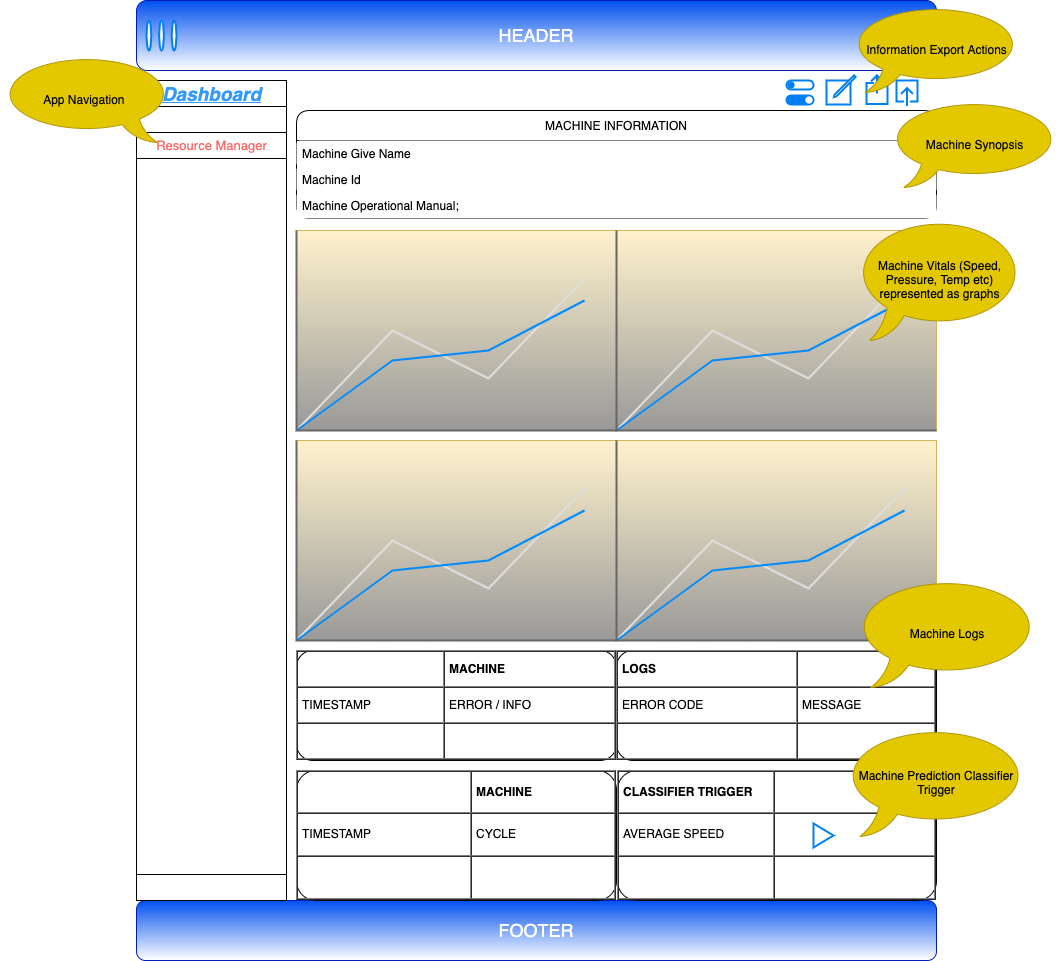
Earlier version of the draw.io export docmentation/diagrams/dashboard.png (larrydinh/scs_predictive_maintenance). Source tidied: cells renumbered, new cells last; positions are measured from the earlier drawing's top-left corner, leaving out a move shared by most shapes.
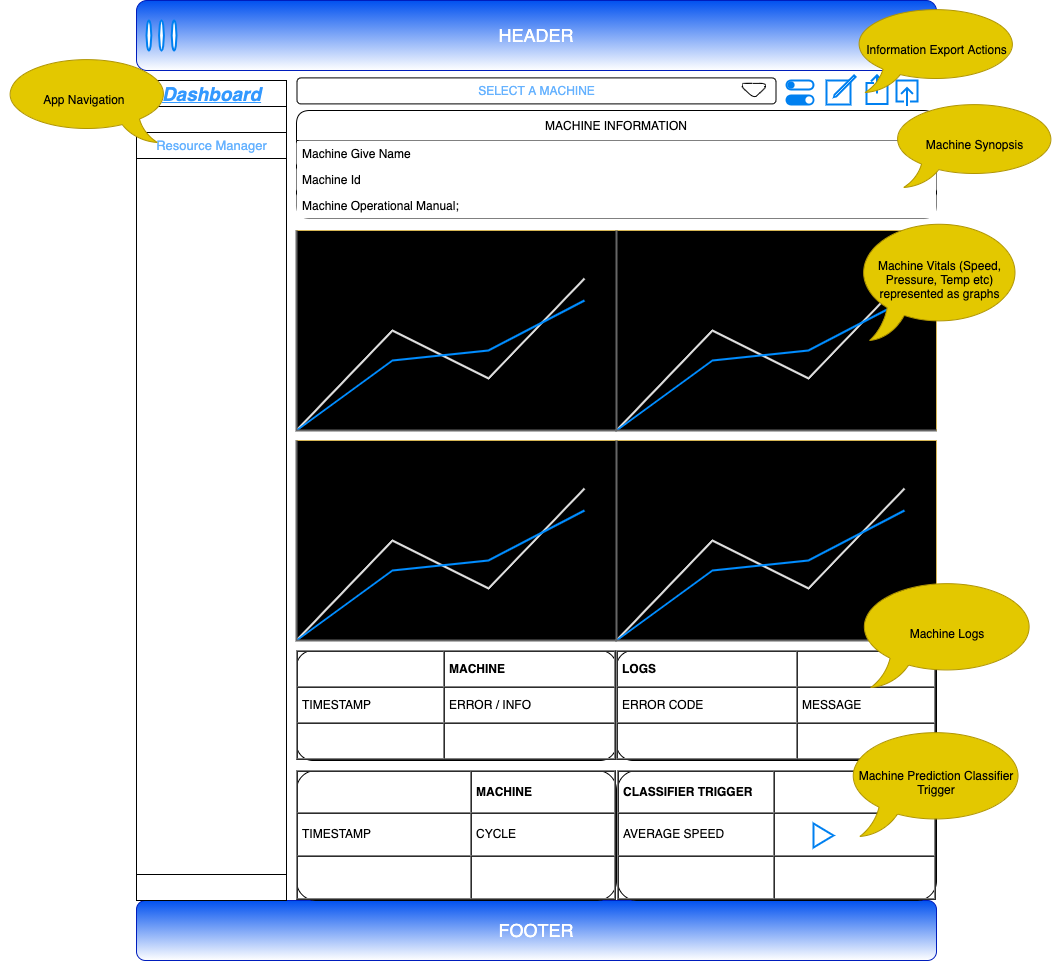
After the change.

Commit message:
feat: Adding the wireframes for the dashboard and resource manager

Change to the diagram source:
```diff
@@ -46,7 +46,7 @@
         <mxPoint y="26" as="offset" />
       </mxGeometry>
     </mxCell>
-    <mxCell id="16" value="&lt;font color=&quot;#ff6666&quot;&gt;Resource Manager&lt;/font&gt;" style="strokeWidth=1;shadow=0;dashed=0;align=center;html=1;shape=mxgraph.mockup.containers.rrect;rSize=0;fontSize=13;fontStyle=0;verticalAlign=middle;rounded=1;" parent="13" vertex="1">
+    <mxCell id="16" value="&lt;font color=&quot;#66b2ff&quot;&gt;Resource Manager&lt;/font&gt;" style="strokeWidth=1;shadow=0;dashed=0;align=center;html=1;shape=mxgraph.mockup.containers.rrect;rSize=0;fontSize=13;fontStyle=0;verticalAlign=middle;rounded=1;" parent="13" vertex="1">
       <mxGeometry width="150" height="26" relative="1" as="geometry">
         <mxPoint y="52" as="offset" />
       </mxGeometry>
@@ -56,16 +56,16 @@
         <mxPoint y="-26" as="offset" />
       </mxGeometry>
     </mxCell>
-    <mxCell id="18" style="verticalLabelPosition=bottom;shadow=0;dashed=0;align=center;html=1;verticalAlign=top;strokeWidth=1;shape=mxgraph.mockup.graphics.lineChart;strokeColor2=#666666;strokeColor3=#008cff;strokeColor4=#dddddd;fontSize=19;direction=east;noLabel=0;fillColor=#fff2cc;gradientColor=#999999;strokeColor=#d6b656;rounded=1;" parent="1" vertex="1">
+    <mxCell id="18" style="verticalLabelPosition=bottom;shadow=0;dashed=0;align=center;html=1;verticalAlign=top;strokeWidth=1;shape=mxgraph.mockup.graphics.lineChart;strokeColor2=#666666;strokeColor3=#008cff;strokeColor4=#dddddd;fontSize=19;direction=east;noLabel=0;fillColor=#000000;gradientColor=none;strokeColor=#d6b656;rounded=1;" parent="1" vertex="1">
       <mxGeometry x="296" y="230" width="320" height="200" as="geometry" />
     </mxCell>
-    <mxCell id="19" style="verticalLabelPosition=bottom;shadow=0;dashed=0;align=center;html=1;verticalAlign=top;strokeWidth=1;shape=mxgraph.mockup.graphics.lineChart;strokeColor2=#666666;strokeColor3=#008cff;strokeColor4=#dddddd;fontSize=19;fillColor=#fff2cc;gradientColor=#999999;strokeColor=#d6b656;rounded=1;" parent="1" vertex="1">
+    <mxCell id="19" style="verticalLabelPosition=bottom;shadow=0;dashed=0;align=center;html=1;verticalAlign=top;strokeWidth=1;shape=mxgraph.mockup.graphics.lineChart;strokeColor2=#666666;strokeColor3=#008cff;strokeColor4=#dddddd;fontSize=19;fillColor=#000000;gradientColor=none;strokeColor=#d6b656;rounded=1;" parent="1" vertex="1">
       <mxGeometry x="616" y="230" width="320" height="200" as="geometry" />
     </mxCell>
-    <mxCell id="20" style="verticalLabelPosition=bottom;shadow=0;dashed=0;align=center;html=1;verticalAlign=top;strokeWidth=1;shape=mxgraph.mockup.graphics.lineChart;strokeColor2=#666666;strokeColor3=#008cff;strokeColor4=#dddddd;fontSize=19;fillColor=#fff2cc;gradientColor=#999999;strokeColor=#d6b656;rounded=1;" parent="1" vertex="1">
+    <mxCell id="20" style="verticalLabelPosition=bottom;shadow=0;dashed=0;align=center;html=1;verticalAlign=top;strokeWidth=1;shape=mxgraph.mockup.graphics.lineChart;strokeColor2=#666666;strokeColor3=#008cff;strokeColor4=#dddddd;fontSize=19;fillColor=#000000;gradientColor=none;strokeColor=#d6b656;rounded=1;" parent="1" vertex="1">
       <mxGeometry x="296" y="440" width="320" height="200" as="geometry" />
     </mxCell>
-    <mxCell id="21" style="verticalLabelPosition=bottom;shadow=0;dashed=0;align=center;html=1;verticalAlign=top;strokeWidth=1;shape=mxgraph.mockup.graphics.lineChart;strokeColor2=#666666;strokeColor3=#008cff;strokeColor4=#dddddd;fontSize=19;fillColor=#fff2cc;gradientColor=#999999;strokeColor=#d6b656;rounded=1;" parent="1" vertex="1">
+    <mxCell id="21" style="verticalLabelPosition=bottom;shadow=0;dashed=0;align=center;html=1;verticalAlign=top;strokeWidth=1;shape=mxgraph.mockup.graphics.lineChart;strokeColor2=#666666;strokeColor3=#008cff;strokeColor4=#dddddd;fontSize=19;fillColor=#000000;gradientColor=none;strokeColor=#d6b656;rounded=1;" parent="1" vertex="1">
       <mxGeometry x="616" y="440" width="320" height="200" as="geometry" />
     </mxCell>
     <mxCell id="22" value="&lt;table cellpadding=&quot;4&quot; cellspacing=&quot;0&quot; border=&quot;1&quot; style=&quot;font-size: 1em ; width: 100% ; height: 100%&quot;&gt;&lt;tbody&gt;&lt;tr&gt;&lt;th&gt;&lt;/th&gt;&lt;th&gt;MACHINE&amp;nbsp;&lt;/th&gt;&lt;/tr&gt;&lt;tr&gt;&lt;td&gt;TIMESTAMP&lt;/td&gt;&lt;td&gt;ERROR / INFO&lt;/td&gt;&lt;/tr&gt;&lt;tr&gt;&lt;td&gt;&lt;/td&gt;&lt;td&gt;&lt;br&gt;&lt;/td&gt;&lt;/tr&gt;&lt;/tbody&gt;&lt;/table&gt; " style="verticalAlign=top;align=left;overflow=fill;fontSize=12;fontFamily=Helvetica;html=1;shadow=0;rounded=1;" parent="1" vertex="1">
@@ -101,5 +101,11 @@
     <mxCell id="32" value="Information Export Actions" style="whiteSpace=wrap;html=1;shape=mxgraph.basic.oval_callout;fillColor=#e3c800;fontColor=#000000;strokeColor=#B09500;" parent="1" vertex="1">
       <mxGeometry x="850.5" y="5" width="171" height="87" as="geometry" />
     </mxCell>
+    <mxCell id="33" value="&lt;font color=&quot;#66b2ff&quot;&gt;SELECT A MACHINE&lt;/font&gt;" style="rounded=1;whiteSpace=wrap;html=1;fontColor=#FFFFFF;strokeColor=default;fillColor=default;gradientColor=none;verticalAlign=middle;labelBorderColor=none;" parent="1" vertex="1">
+      <mxGeometry x="296.5" y="77.4" width="479" height="26" as="geometry" />
+    </mxCell>
+    <mxCell id="34" style="shape=offPageConnector;whiteSpace=wrap;html=1;rounded=1;fontColor=#FFFFFF;strokeColor=default;fillColor=default;size=0.7333333333333333;" parent="1" vertex="1">
+      <mxGeometry x="742" y="82.9" width="23" height="15" as="geometry" />
+    </mxCell>
   </root>
 </mxGraphModel>
```
